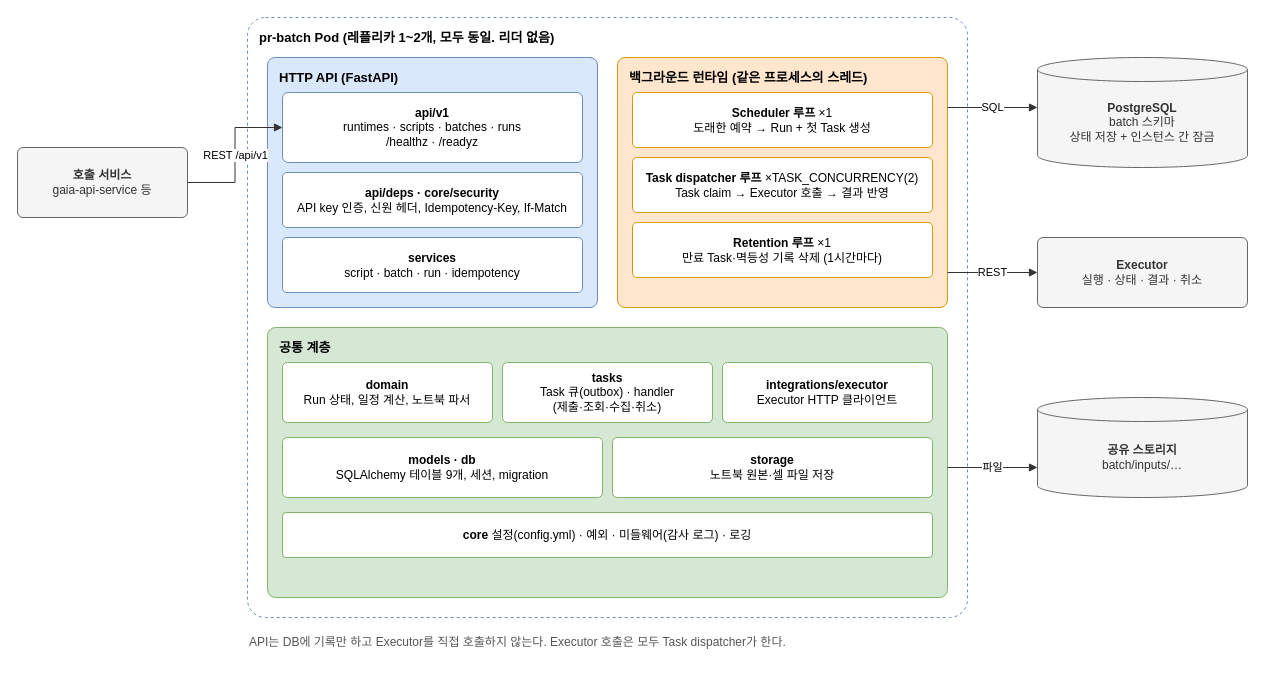
Earlier version of the draw.io diagram docs/deliverables/operator-manual/pr-batch_Application구성도.drawio (KimHwaJin/pr-batch). Source tidied: cells renumbered, new cells numbered last; positions are measured from the earlier drawing's top-left corner, leaving out a move shared by most shapes. Both pictures are drawn from the tidied source at 100%, with x=0, y=0 at pixel (17, 17).
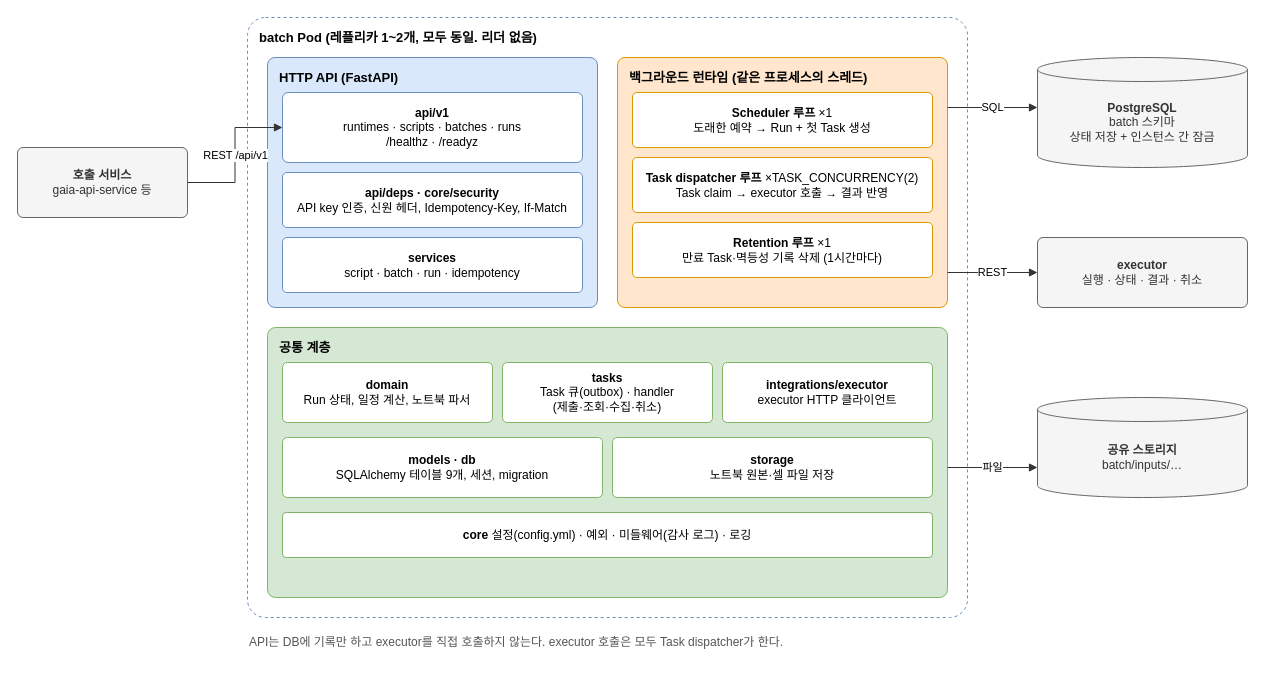
After the change.

Change to the diagram source:
```diff
@@
-    <mxCell id="3" value="pr-batch Pod (레플리카 1~2개, 모두 동일. 리더 없음)" style="rounded=1;arcSize=8;whiteSpace=wrap;html=1;fontSize=12;fillColor=#ffffff;strokeColor=#6c8ebf;verticalAlign=top;align=left;spacingLeft=10;spacingTop=6;fontStyle=1;fontSize=13;arcSize=3;dashed=1;" parent="1" vertex="1">
+    <mxCell id="3" value="batch Pod (레플리카 1~2개, 모두 동일. 리더 없음)" style="rounded=1;arcSize=8;whiteSpace=wrap;html=1;fontSize=12;fillColor=#ffffff;strokeColor=#6c8ebf;verticalAlign=top;align=left;spacingLeft=10;spacingTop=6;fontStyle=1;fontSize=13;arcSize=3;dashed=1;" parent="1" vertex="1">
       <mxGeometry x="230" width="720" height="600" as="geometry" />
     </mxCell>
@@
-    <mxCell id="10" value="&lt;b&gt;Task dispatcher 루프&lt;/b&gt; ×TASK_CONCURRENCY(2)&lt;br&gt;Task claim → Executor 호출 → 결과 반영" style="rounded=1;arcSize=8;whiteSpace=wrap;html=1;fontSize=12;fillColor=#ffffff;strokeColor=#6c8ebf;strokeColor=#d79b00;" parent="1" vertex="1">
+    <mxCell id="10" value="&lt;b&gt;Task dispatcher 루프&lt;/b&gt; ×TASK_CONCURRENCY(2)&lt;br&gt;Task claim → executor 호출 → 결과 반영" style="rounded=1;arcSize=8;whiteSpace=wrap;html=1;fontSize=12;fillColor=#ffffff;strokeColor=#6c8ebf;strokeColor=#d79b00;" parent="1" vertex="1">
       <mxGeometry x="615" y="140" width="300" height="55" as="geometry" />
     </mxCell>
@@
-    <mxCell id="15" value="&lt;b&gt;integrations/executor&lt;/b&gt;&lt;br&gt;Executor HTTP 클라이언트" style="rounded=1;arcSize=8;whiteSpace=wrap;html=1;fontSize=12;fillColor=#ffffff;strokeColor=#6c8ebf;strokeColor=#82b366;" parent="1" vertex="1">
+    <mxCell id="15" value="&lt;b&gt;integrations/executor&lt;/b&gt;&lt;br&gt;executor HTTP 클라이언트" style="rounded=1;arcSize=8;whiteSpace=wrap;html=1;fontSize=12;fillColor=#ffffff;strokeColor=#6c8ebf;strokeColor=#82b366;" parent="1" vertex="1">
       <mxGeometry x="705" y="345" width="210" height="60" as="geometry" />
     </mxCell>
@@
-    <mxCell id="20" value="&lt;b&gt;Executor&lt;/b&gt;&lt;br&gt;실행 · 상태 · 결과 · 취소" style="rounded=1;arcSize=8;whiteSpace=wrap;html=1;fontSize=12;fillColor=#f5f5f5;strokeColor=#666666;fontColor=#333333;" parent="1" vertex="1">
+    <mxCell id="20" value="&lt;b&gt;executor&lt;/b&gt;&lt;br&gt;실행 · 상태 · 결과 · 취소" style="rounded=1;arcSize=8;whiteSpace=wrap;html=1;fontSize=12;fillColor=#f5f5f5;strokeColor=#666666;fontColor=#333333;" parent="1" vertex="1">
       <mxGeometry x="1020" y="220" width="210" height="70" as="geometry" />
     </mxCell>
@@
-    <mxCell id="26" value="API는 DB에 기록만 하고 Executor를 직접 호출하지 않는다. Executor 호출은 모두 Task dispatcher가 한다." style="rounded=1;arcSize=8;whiteSpace=wrap;html=1;fontSize=12;fillColor=none;strokeColor=none;align=left;fontColor=#555555;" parent="1" vertex="1">
+    <mxCell id="26" value="API는 DB에 기록만 하고 executor를 직접 호출하지 않는다. executor 호출은 모두 Task dispatcher가 한다." style="rounded=1;arcSize=8;whiteSpace=wrap;html=1;fontSize=12;fillColor=none;strokeColor=none;align=left;fontColor=#555555;" parent="1" vertex="1">
       <mxGeometry x="230" y="610" width="720" height="30" as="geometry" />
     </mxCell>
```
